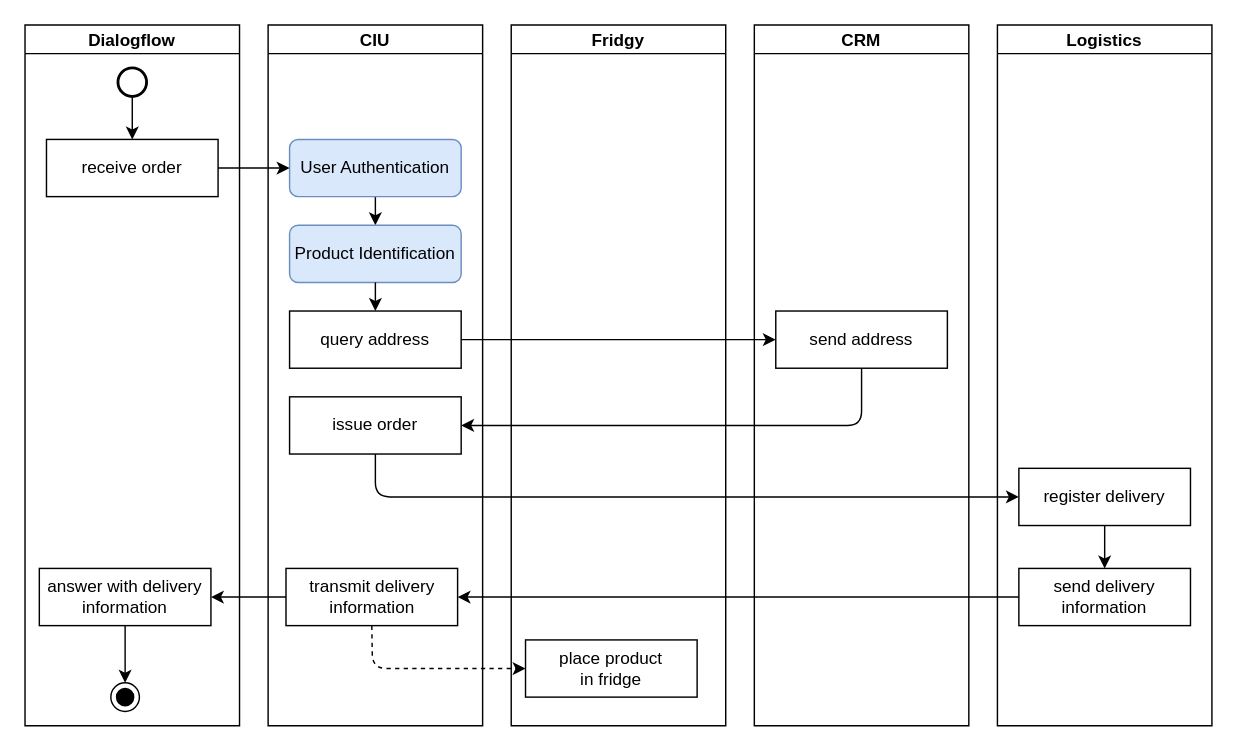
The draw.io diagram Documentation/Figures/flowcharts/ordering_food.drawio in RosarioBrancato/SpeechBasedGroceries, before the edit. Source tidied: cells renumbered, new cells numbered last; positions are measured from the earlier drawing's top-left corner, leaving out a move shared by most shapes. Both pictures are drawn from the tidied source at 143%, with x=0, y=0 at pixel (24, 24).
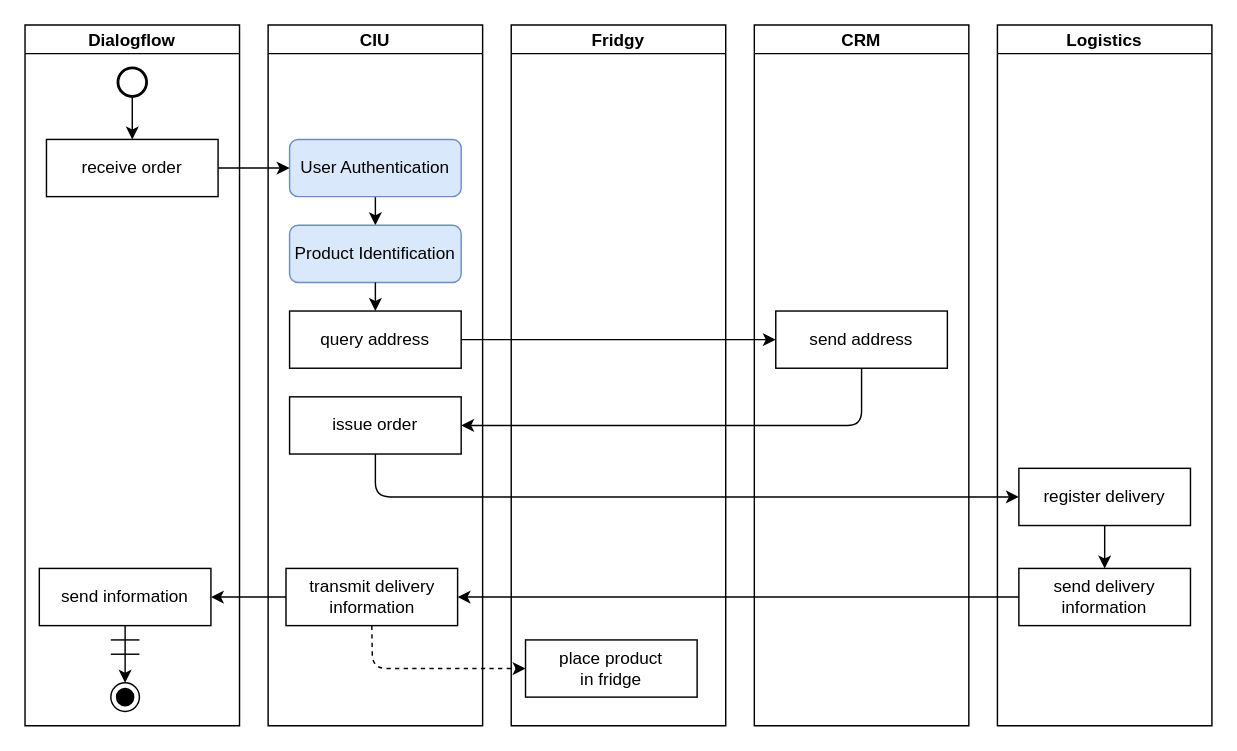
The same page after the edit.

Commit message (it also covers changes not shown here):
optimized odering food flowchart

Unchanged cells that the change refers to:
```xml
<mxCell id="2" value="Dialogflow" style="swimlane;startSize=20;" parent="1" vertex="1">
  <mxGeometry width="150" height="490" as="geometry" />
</mxCell>
<mxCell id="6" style="ellipse;html=1;shape=endState;fillColor=#000000;strokeColor=#000000;" parent="2" vertex="1">
  <mxGeometry x="60" y="460" width="20" height="20" as="geometry" />
</mxCell>
<mxCell id="9" value="CIU" style="swimlane;startSize=20;" parent="1" vertex="1">
  <mxGeometry x="170" width="150" height="490" as="geometry" />
</mxCell>
<mxCell id="13" value="transmit delivery information" style="rounded=0;whiteSpace=wrap;html=1;" parent="9" vertex="1">
  <mxGeometry x="12.5" y="380" width="120" height="40" as="geometry" />
</mxCell>
<mxCell id="15" value="Product Identification" style="rounded=1;whiteSpace=wrap;html=1;fillColor=#dae8fc;strokeColor=#6c8ebf;" parent="9" vertex="1">
  <mxGeometry x="15" y="140" width="120" height="40" as="geometry" />
</mxCell>
```

The edit, as a diff of the source:
```diff
@@
-    <mxCell id="4" value="answer with delivery information" style="rounded=0;whiteSpace=wrap;html=1;" parent="2" vertex="1">
-      <mxGeometry x="10" y="380" width="120" height="40" as="geometry" />
-    </mxCell>
+    <mxCell id="33" value="send information" style="rounded=0;whiteSpace=wrap;html=1;" parent="2" vertex="1">
+      <mxGeometry x="10" y="380" width="120" height="40" as="geometry" />
+    </mxCell>
@@
-    <mxCell id="8" style="endArrow=classic;html=1;entryX=0.5;entryY=0;entryDx=0;entryDy=0;exitX=0.5;exitY=1;exitDx=0;exitDy=0;" parent="2" edge="1" source="4" target="6">
-      <mxGeometry relative="1" as="geometry" />
-    </mxCell>
+    <mxCell id="34" style="endArrow=classic;html=1;entryX=0.5;entryY=0;entryDx=0;entryDy=0;exitX=0.5;exitY=1;exitDx=0;exitDy=0;" parent="2" edge="1" source="33" target="6">
+      <mxGeometry relative="1" as="geometry" />
+    </mxCell>
+    <mxCell id="35" style="endArrow=none;html=1;" parent="2" edge="1">
+      <mxGeometry relative="1" as="geometry">
+        <mxPoint x="60" y="430" as="sourcePoint" />
+        <mxPoint x="80" y="430" as="targetPoint" />
+        <Array as="points">
+          <mxPoint x="70" y="430" />
+        </Array>
+      </mxGeometry>
+    </mxCell>
@@
-    <mxCell id="10" style="endArrow=classic;html=1;entryX=0.5;entryY=0;entryDx=0;entryDy=0;exitX=0.5;exitY=1;exitDx=0;exitDy=0;" parent="9" edge="1" target="15">
-      <mxGeometry relative="1" as="geometry">
-        <mxPoint x="75" y="110" as="sourcePoint" />
-      </mxGeometry>
-    </mxCell>
+    <mxCell id="36" style="endArrow=classic;html=1;entryX=0.5;entryY=0;entryDx=0;entryDy=0;exitX=0.5;exitY=1;exitDx=0;exitDy=0;" parent="9" edge="1" target="15">
+      <mxGeometry relative="1" as="geometry">
+        <mxPoint x="75" y="110" as="sourcePoint" />
+      </mxGeometry>
+    </mxCell>
@@
-    <mxCell id="30" style="endArrow=classic;html=1;entryX=1;entryY=0.5;entryDx=0;entryDy=0;exitX=0;exitY=0.5;exitDx=0;exitDy=0;" parent="1" edge="1" source="13" target="4">
-      <mxGeometry relative="1" as="geometry" />
-    </mxCell>
+    <mxCell id="37" style="endArrow=classic;html=1;entryX=1;entryY=0.5;entryDx=0;entryDy=0;exitX=0;exitY=0.5;exitDx=0;exitDy=0;" parent="1" edge="1" source="13" target="33">
+      <mxGeometry relative="1" as="geometry" />
+    </mxCell>
@@
+    <mxCell id="38" style="endArrow=none;html=1;" parent="1" edge="1">
+      <mxGeometry relative="1" as="geometry">
+        <mxPoint x="60" y="440" as="sourcePoint" />
+        <mxPoint x="80" y="440" as="targetPoint" />
+      </mxGeometry>
+    </mxCell>
```
